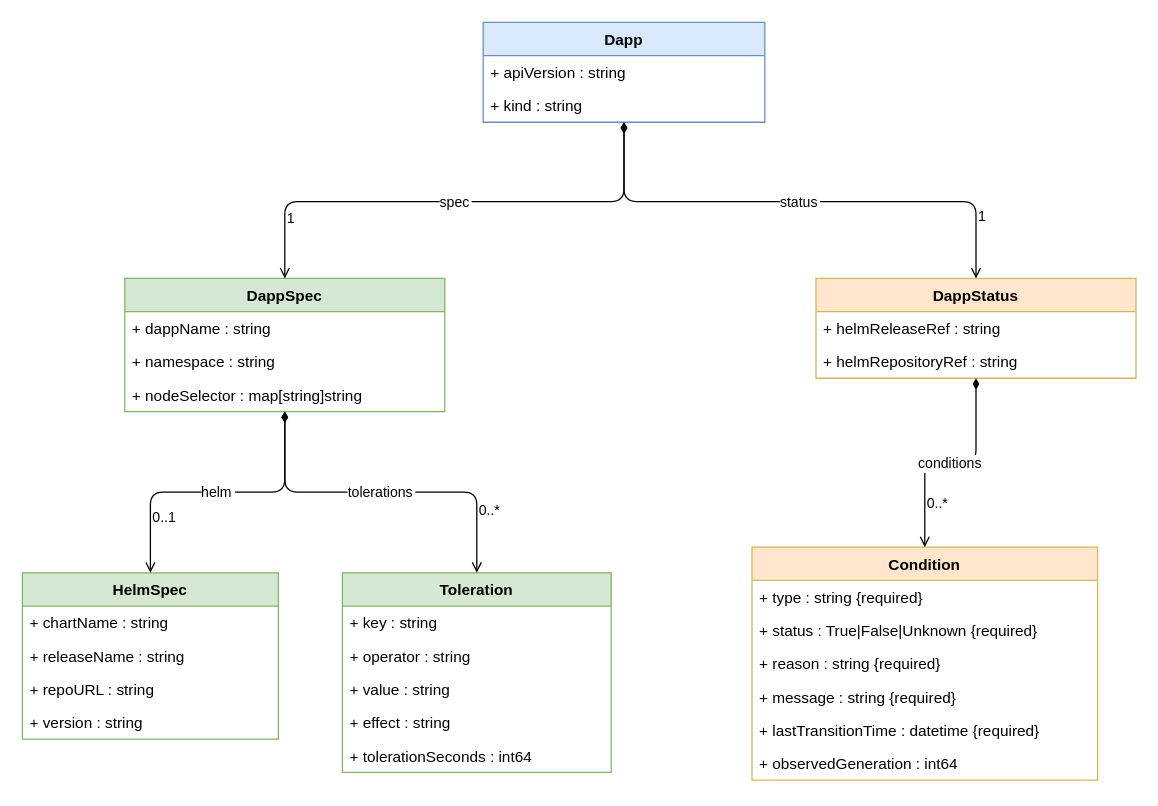
pedromartinssouza/orca keeps this draw.io diagram as docs/dapp-crd-class-diagram.drawio. Above is the earlier version. Source tidied: cells renumbered, new cells numbered last; positions are measured from the earlier drawing's top-left corner, leaving out a move shared by most shapes. Both pictures are drawn from the tidied source at 128%, with x=0, y=0 at pixel (22, 22).
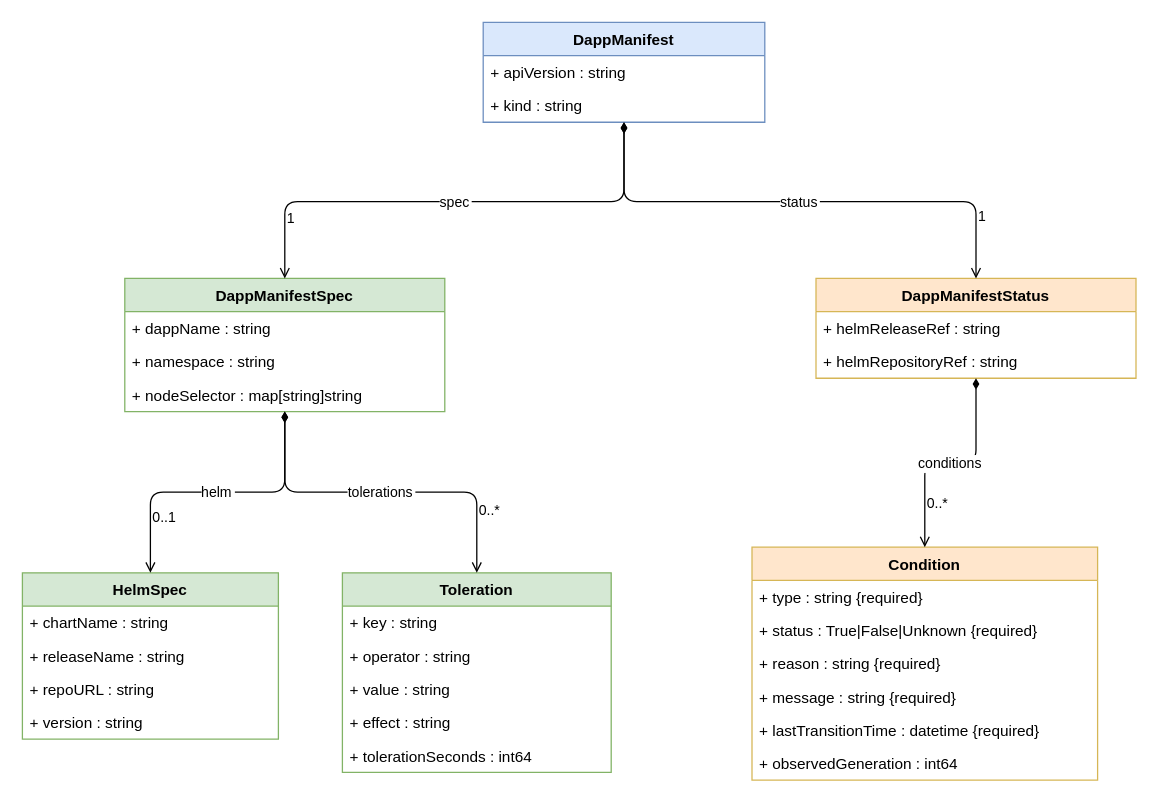
Above is the later version.

Commit message (it also covers changes not shown here):
docs: rename Dapp/dapp-operator references in drawio diagrams to DappManifest/orca

The edit, as a diff of the source:
```diff
@@
-    <mxCell id="2" value="Dapp" style="swimlane;fontStyle=1;align=center;startSize=26;fillColor=#dae8fc;strokeColor=#6c8ebf;" parent="1" vertex="1">
+    <mxCell id="2" value="DappManifest" style="swimlane;fontStyle=1;align=center;startSize=26;fillColor=#dae8fc;strokeColor=#6c8ebf;" parent="1" vertex="1">
       <mxGeometry x="360" width="220" height="78" as="geometry" />
     </mxCell>
@@
-    <mxCell id="5" value="DappSpec" style="swimlane;fontStyle=1;align=center;startSize=26;fillColor=#d5e8d4;strokeColor=#82b366;" parent="1" vertex="1">
+    <mxCell id="5" value="DappManifestSpec" style="swimlane;fontStyle=1;align=center;startSize=26;fillColor=#d5e8d4;strokeColor=#82b366;" parent="1" vertex="1">
       <mxGeometry x="80" y="200" width="250" height="104" as="geometry" />
     </mxCell>
@@
-    <mxCell id="9" value="DappStatus" style="swimlane;fontStyle=1;align=center;startSize=26;fillColor=#ffe6cc;strokeColor=#d6b656;" parent="1" vertex="1">
+    <mxCell id="9" value="DappManifestStatus" style="swimlane;fontStyle=1;align=center;startSize=26;fillColor=#ffe6cc;strokeColor=#d6b656;" parent="1" vertex="1">
       <mxGeometry x="620" y="200" width="250" height="78" as="geometry" />
     </mxCell>
```
